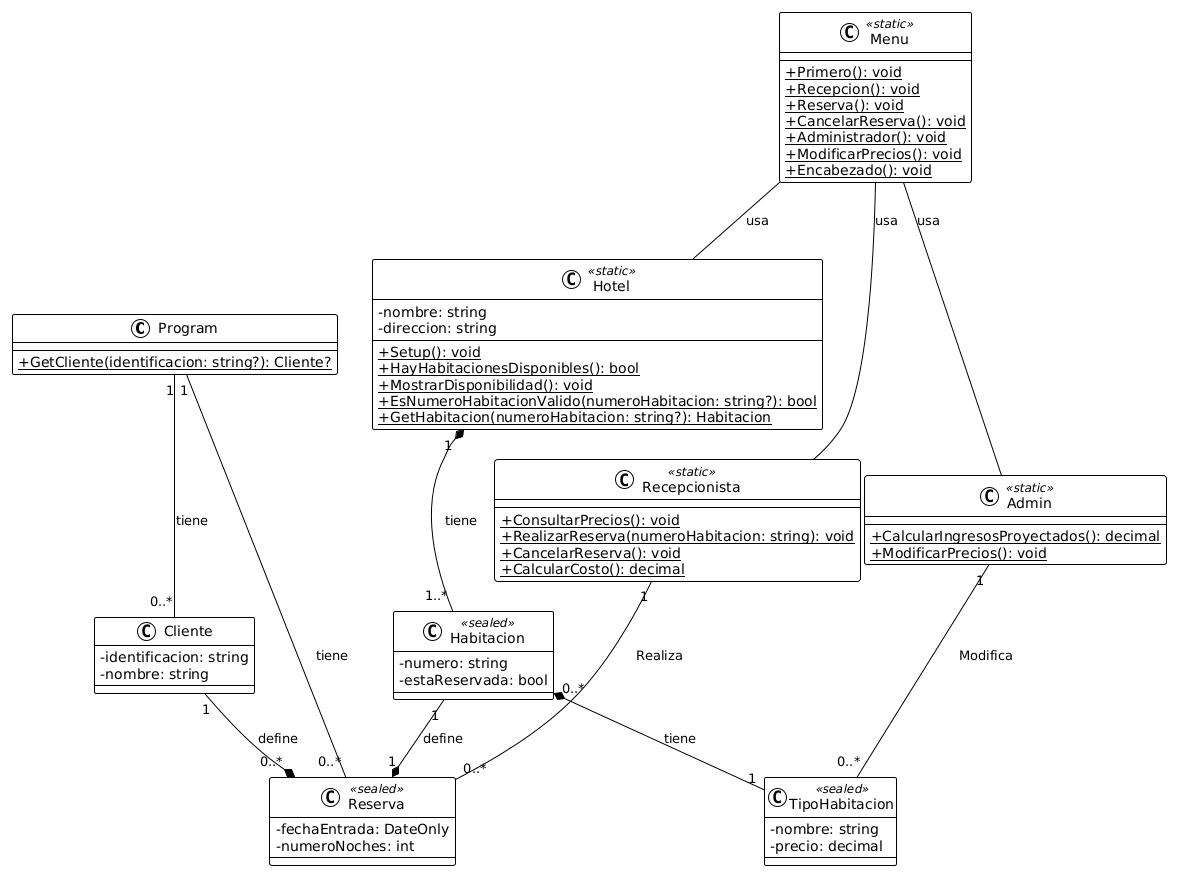
Above: Diagrams/Diagrama de clases.png in JoseVahos/HotelSystemRepo (PlantUML), before the change.
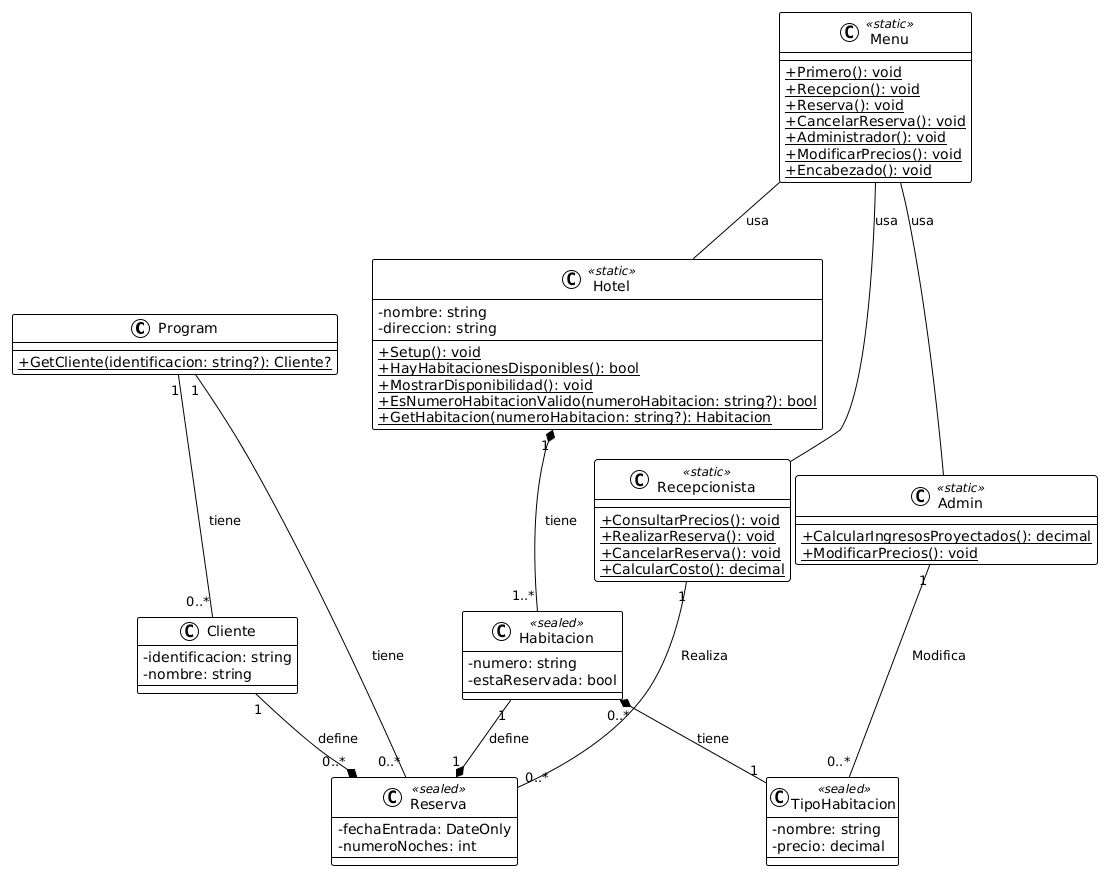
After the commit.

What changed in the source:
```diff
@@ -37,7 +37,7 @@
 }
 class Recepcionista <<static>>{
     {static} +ConsultarPrecios(): void
-    {static} +RealizarReserva(numeroHabitacion: string): void
+    {static} +RealizarReserva(): void
     {static} +CancelarReserva(): void
     {static} +CalcularCosto(): decimal
 }
```
